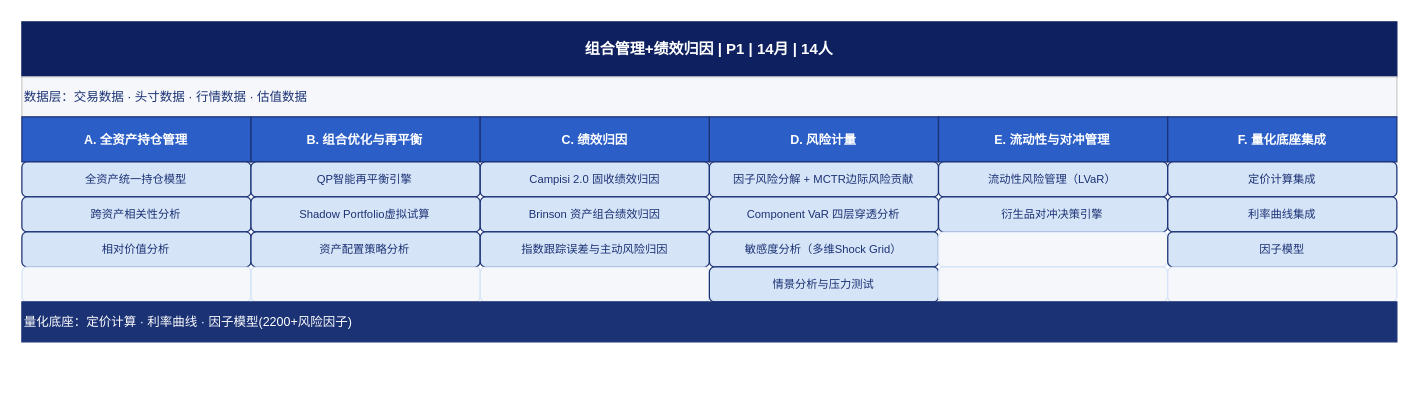
Above: Feasibility_analysis/drawio/detail_07_组合管理+绩效归因.drawio in BellyFish99/ficc-projDocs (draw.io), before the change. Source tidied: cells renumbered, new cells numbered last; positions are measured from the earlier drawing's top-left corner, leaving out a move shared by most shapes. Both pictures are drawn from the tidied source at 125%, with x=0, y=0 at pixel (21, 21).
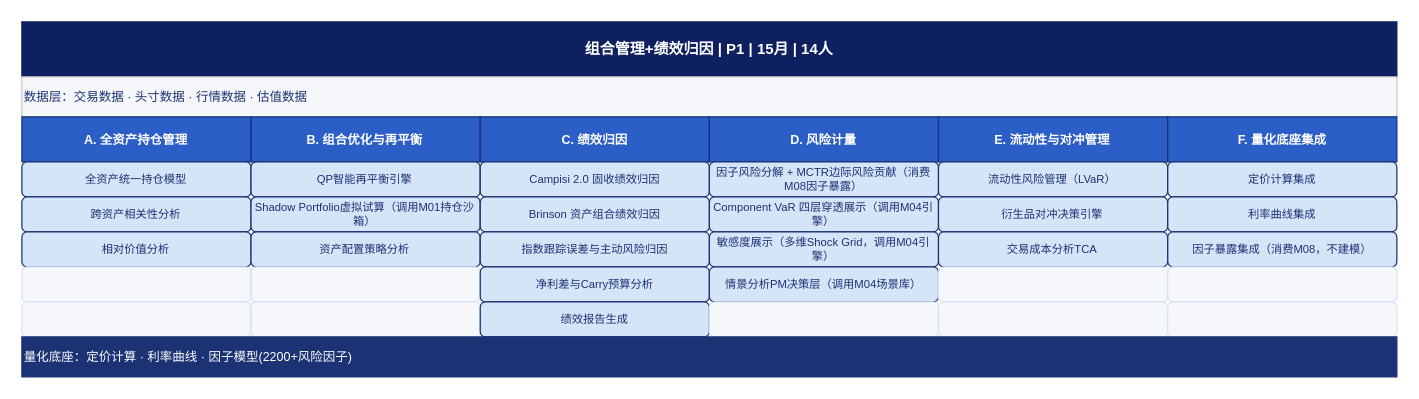
After the change.

The edit, as a diff of the source:
```diff
@@
-    <mxCell id="2" value="组合管理+绩效归因  |  P1  |  14月  |  14人" style="rounded=0;whiteSpace=wrap;html=1;fillColor=#0F2060;fontColor=#FFFFFF;strokeColor=#0F2060;fontStyle=1;fontSize=12;align=center;verticalAlign=middle;" parent="1" vertex="1">
+    <mxCell id="2" value="组合管理+绩效归因  |  P1  |  15月  |  14人" style="rounded=0;whiteSpace=wrap;html=1;fillColor=#0F2060;fontColor=#FFFFFF;strokeColor=#0F2060;fontStyle=1;fontSize=12;align=center;verticalAlign=middle;" parent="1" vertex="1">
       <mxGeometry width="1100" height="44" as="geometry" />
     </mxCell>
@@
-    <mxCell id="13" value="因子风险分解 + MCTR边际风险贡献" style="rounded=1;whiteSpace=wrap;html=1;fillColor=#D6E4F7;fontColor=#1B3275;strokeColor=#1B3275;fontSize=9;align=center;verticalAlign=middle;" parent="1" vertex="1">
+    <mxCell id="13" value="因子风险分解 + MCTR边际风险贡献（消费M08因子暴露）" style="rounded=1;whiteSpace=wrap;html=1;fillColor=#D6E4F7;fontColor=#1B3275;strokeColor=#1B3275;fontSize=9;align=center;verticalAlign=middle;" parent="1" vertex="1">
       <mxGeometry x="550" y="112" width="183.3" height="28" as="geometry" />
     </mxCell>
@@
-    <mxCell id="17" value="Shadow Portfolio虚拟试算" style="rounded=1;whiteSpace=wrap;html=1;fillColor=#D6E4F7;fontColor=#1B3275;strokeColor=#1B3275;fontSize=9;align=center;verticalAlign=middle;" parent="1" vertex="1">
+    <mxCell id="17" value="Shadow Portfolio虚拟试算（调用M01持仓沙箱）" style="rounded=1;whiteSpace=wrap;html=1;fillColor=#D6E4F7;fontColor=#1B3275;strokeColor=#1B3275;fontSize=9;align=center;verticalAlign=middle;" parent="1" vertex="1">
       <mxGeometry x="183.3" y="140" width="183.3" height="28" as="geometry" />
     </mxCell>
@@
-    <mxCell id="19" value="Component VaR 四层穿透分析" style="rounded=1;whiteSpace=wrap;html=1;fillColor=#D6E4F7;fontColor=#1B3275;strokeColor=#1B3275;fontSize=9;align=center;verticalAlign=middle;" parent="1" vertex="1">
+    <mxCell id="19" value="Component VaR 四层穿透展示（调用M04引擎）" style="rounded=1;whiteSpace=wrap;html=1;fillColor=#D6E4F7;fontColor=#1B3275;strokeColor=#1B3275;fontSize=9;align=center;verticalAlign=middle;" parent="1" vertex="1">
       <mxGeometry x="550" y="140" width="183.3" height="28" as="geometry" />
     </mxCell>
@@
-    <mxCell id="25" value="敏感度分析（多维Shock Grid）" style="rounded=1;whiteSpace=wrap;html=1;fillColor=#D6E4F7;fontColor=#1B3275;strokeColor=#1B3275;fontSize=9;align=center;verticalAlign=middle;" parent="1" vertex="1">
+    <mxCell id="25" value="敏感度展示（多维Shock Grid，调用M04引擎）" style="rounded=1;whiteSpace=wrap;html=1;fillColor=#D6E4F7;fontColor=#1B3275;strokeColor=#1B3275;fontSize=9;align=center;verticalAlign=middle;" parent="1" vertex="1">
       <mxGeometry x="550" y="168" width="183.3" height="28" as="geometry" />
     </mxCell>
-    <mxCell id="26" style="rounded=1;whiteSpace=wrap;html=1;fillColor=#F5F7FA;fontColor=#F5F7FA;strokeColor=#D6E4F7;fontSize=9;" parent="1" vertex="1">
+    <mxCell id="26" value="交易成本分析TCA" style="rounded=1;whiteSpace=wrap;html=1;fillColor=#D6E4F7;fontColor=#1B3275;strokeColor=#1B3275;fontSize=9;align=center;verticalAlign=middle;" parent="1" vertex="1">
       <mxGeometry x="733.3" y="168" width="183.3" height="28" as="geometry" />
     </mxCell>
-    <mxCell id="27" value="因子模型" style="rounded=1;whiteSpace=wrap;html=1;fillColor=#D6E4F7;fontColor=#1B3275;strokeColor=#1B3275;fontSize=9;align=center;verticalAlign=middle;" parent="1" vertex="1">
+    <mxCell id="27" value="因子暴露集成（消费M08，不建模）" style="rounded=1;whiteSpace=wrap;html=1;fillColor=#D6E4F7;fontColor=#1B3275;strokeColor=#1B3275;fontSize=9;align=center;verticalAlign=middle;" parent="1" vertex="1">
       <mxGeometry x="916.7" y="168" width="183.3" height="28" as="geometry" />
     </mxCell>
@@
-    <mxCell id="30" style="rounded=1;whiteSpace=wrap;html=1;fillColor=#F5F7FA;fontColor=#F5F7FA;strokeColor=#D6E4F7;fontSize=9;" parent="1" vertex="1">
+    <mxCell id="30" value="净利差与Carry预算分析" style="rounded=1;whiteSpace=wrap;html=1;fillColor=#D6E4F7;fontColor=#1B3275;strokeColor=#1B3275;fontSize=9;align=center;verticalAlign=middle;" parent="1" vertex="1">
       <mxGeometry x="366.7" y="196" width="183.3" height="28" as="geometry" />
     </mxCell>
-    <mxCell id="31" value="情景分析与压力测试" style="rounded=1;whiteSpace=wrap;html=1;fillColor=#D6E4F7;fontColor=#1B3275;strokeColor=#1B3275;fontSize=9;align=center;verticalAlign=middle;" parent="1" vertex="1">
+    <mxCell id="31" value="情景分析PM决策层（调用M04场景库）" style="rounded=1;whiteSpace=wrap;html=1;fillColor=#D6E4F7;fontColor=#1B3275;strokeColor=#1B3275;fontSize=9;align=center;verticalAlign=middle;" parent="1" vertex="1">
       <mxGeometry x="550" y="196" width="183.3" height="28" as="geometry" />
     </mxCell>
@@
-    <mxCell id="34" value="量化底座：定价计算 · 利率曲线 · 因子模型(2200+风险因子)" style="rounded=0;whiteSpace=wrap;html=1;fillColor=#1B3275;fontColor=#FFFFFF;strokeColor=#1B3275;fontSize=10;align=left;verticalAlign=middle;" parent="1" vertex="1">
-      <mxGeometry y="224" width="1100" height="32" as="geometry" />
+    <mxCell id="34" style="rounded=1;whiteSpace=wrap;html=1;fillColor=#F5F7FA;fontColor=#F5F7FA;strokeColor=#D6E4F7;fontSize=9;" parent="1" vertex="1">
+      <mxGeometry y="224" width="183.3" height="28" as="geometry" />
     </mxCell>
+    <mxCell id="35" style="rounded=1;whiteSpace=wrap;html=1;fillColor=#F5F7FA;fontColor=#F5F7FA;strokeColor=#D6E4F7;fontSize=9;" parent="1" vertex="1">
+      <mxGeometry x="183.3" y="224" width="183.3" height="28" as="geometry" />
+    </mxCell>
+    <mxCell id="36" value="绩效报告生成" style="rounded=1;whiteSpace=wrap;html=1;fillColor=#D6E4F7;fontColor=#1B3275;strokeColor=#1B3275;fontSize=9;align=center;verticalAlign=middle;" parent="1" vertex="1">
+      <mxGeometry x="366.7" y="224" width="183.3" height="28" as="geometry" />
+    </mxCell>
+    <mxCell id="37" style="rounded=1;whiteSpace=wrap;html=1;fillColor=#F5F7FA;fontColor=#F5F7FA;strokeColor=#D6E4F7;fontSize=9;" parent="1" vertex="1">
+      <mxGeometry x="550" y="224" width="183.3" height="28" as="geometry" />
+    </mxCell>
+    <mxCell id="38" style="rounded=1;whiteSpace=wrap;html=1;fillColor=#F5F7FA;fontColor=#F5F7FA;strokeColor=#D6E4F7;fontSize=9;" parent="1" vertex="1">
+      <mxGeometry x="733.3" y="224" width="183.3" height="28" as="geometry" />
+    </mxCell>
+    <mxCell id="39" style="rounded=1;whiteSpace=wrap;html=1;fillColor=#F5F7FA;fontColor=#F5F7FA;strokeColor=#D6E4F7;fontSize=9;" parent="1" vertex="1">
+      <mxGeometry x="916.7" y="224" width="183.3" height="28" as="geometry" />
+    </mxCell>
+    <mxCell id="40" value="量化底座：定价计算 · 利率曲线 · 因子模型(2200+风险因子)" style="rounded=0;whiteSpace=wrap;html=1;fillColor=#1B3275;fontColor=#FFFFFF;strokeColor=#1B3275;fontSize=10;align=left;verticalAlign=middle;" parent="1" vertex="1">
+      <mxGeometry y="252" width="1100" height="32" as="geometry" />
+    </mxCell>
```
